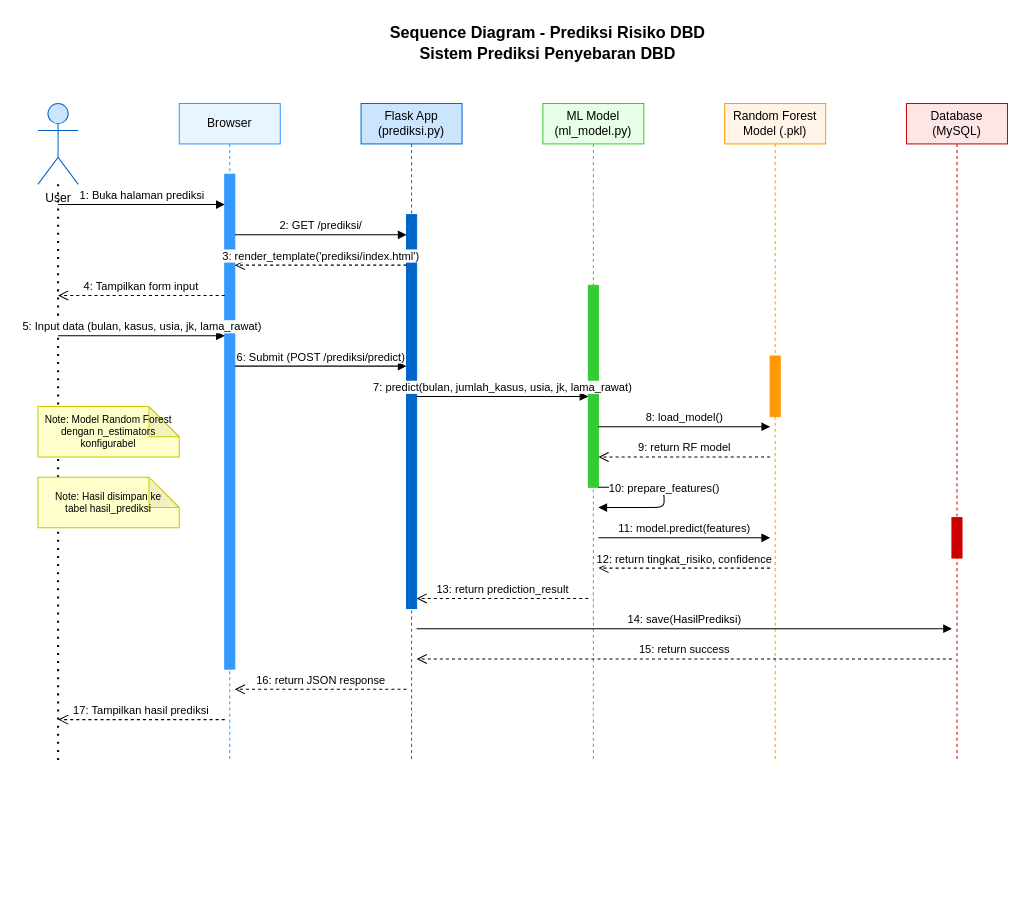
Above: Dokumen/UML/sequence_diagram_prediksi.drawio in Suwardi87/prediksi-DBD (draw.io), before the change. Source tidied: cells renumbered, new cells numbered last; positions are measured from the earlier drawing's top-left corner, leaving out a move shared by most shapes. Both pictures are drawn from the tidied source at 101%, with x=0, y=0 at pixel (37, 22).
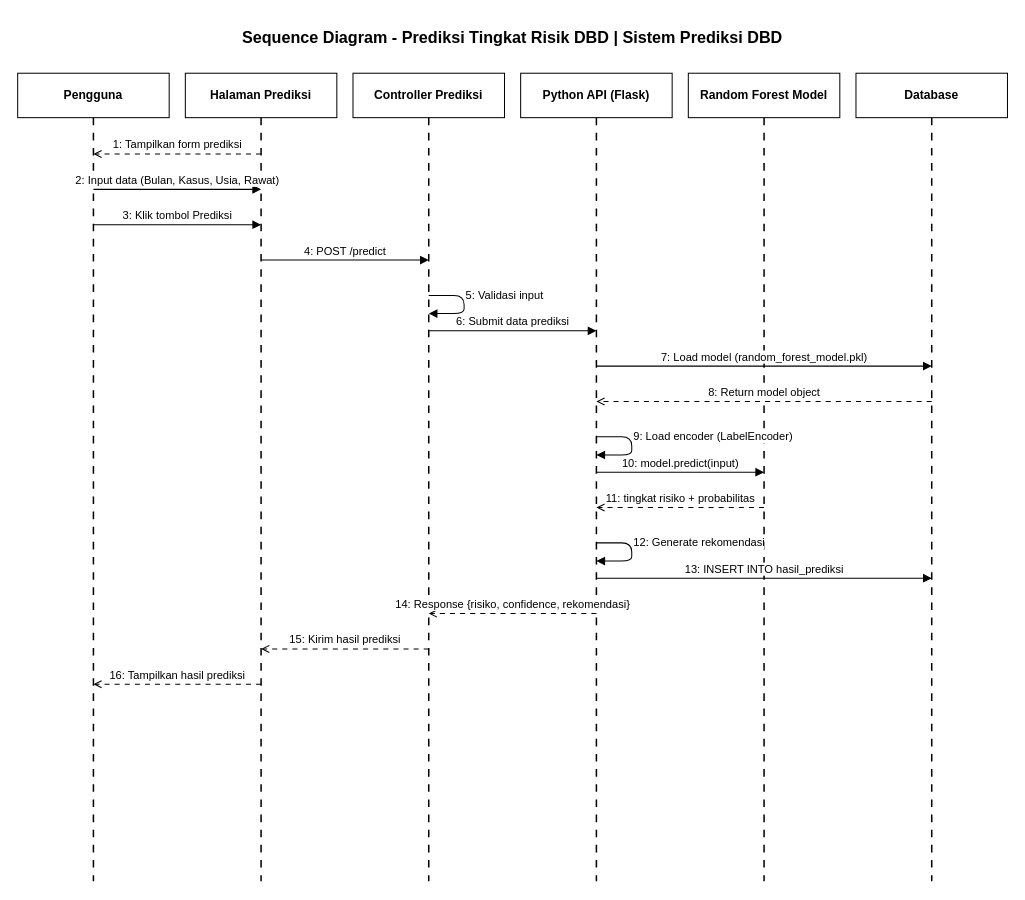
Above is the later version.

Diff of the diagram source:
```diff
@@
-    <mxCell id="2" value="Sequence Diagram - Prediksi Risiko DBD&#10;Sistem Prediksi Penyebaran DBD" style="text;html=1;strokeColor=none;fillColor=none;align=center;verticalAlign=middle;whiteSpace=wrap;rounded=0;fontSize=16;fontStyle=1;" parent="1" vertex="1">
-      <mxGeometry x="255" width="500" height="40" as="geometry" />
-    </mxCell>
-    <mxCell id="3" value="User" style="shape=umlActor;verticalLabelPosition=bottom;verticalAlign=top;html=1;fillColor=#CCE5FF;strokeColor=#0066CC;" parent="1" vertex="1">
-      <mxGeometry y="80" width="40" height="80" as="geometry" />
-    </mxCell>
-    <mxCell id="4" style="endArrow=none;dashed=1;html=1;dashPattern=1 3;strokeWidth=2;exitX=0.5;exitY=1;exitDx=0;exitDy=0;" parent="1" edge="1" source="3">
-      <mxGeometry relative="1" as="geometry">
-        <mxPoint x="20" y="730" as="targetPoint" />
-      </mxGeometry>
-    </mxCell>
-    <mxCell id="5" value="Browser" style="shape=umlLifeline;perimeter=lifelinePerimeter;whiteSpace=wrap;html=1;fillColor=#E6F5FF;strokeColor=#3399FF;" parent="1" vertex="1">
-      <mxGeometry x="140" y="80" width="100" height="650" as="geometry" />
-    </mxCell>
-    <mxCell id="6" style="html=1;perimeter=orthogonalPerimeter;fillColor=#3399FF;strokeColor=#3399FF;" parent="5" vertex="1">
-      <mxGeometry x="45" y="70" width="10" height="490" as="geometry" />
-    </mxCell>
-    <mxCell id="7" value="Flask App&#10;(prediksi.py)" style="shape=umlLifeline;perimeter=lifelinePerimeter;whiteSpace=wrap;html=1;fillColor=#CCE5FF;strokeColor=#0066CC;" parent="1" vertex="1">
-      <mxGeometry x="320" y="80" width="100" height="650" as="geometry" />
-    </mxCell>
-    <mxCell id="8" style="html=1;perimeter=orthogonalPerimeter;fillColor=#0066CC;strokeColor=#0066CC;" parent="7" vertex="1">
-      <mxGeometry x="45" y="110" width="10" height="390" as="geometry" />
-    </mxCell>
-    <mxCell id="9" value="ML Model&#10;(ml_model.py)" style="shape=umlLifeline;perimeter=lifelinePerimeter;whiteSpace=wrap;html=1;fillColor=#E6FFE6;strokeColor=#33CC33;" parent="1" vertex="1">
-      <mxGeometry x="500" y="80" width="100" height="650" as="geometry" />
-    </mxCell>
-    <mxCell id="10" style="html=1;perimeter=orthogonalPerimeter;fillColor=#33CC33;strokeColor=#33CC33;" parent="9" vertex="1">
-      <mxGeometry x="45" y="180" width="10" height="200" as="geometry" />
-    </mxCell>
-    <mxCell id="11" value="Random Forest&#10;Model (.pkl)" style="shape=umlLifeline;perimeter=lifelinePerimeter;whiteSpace=wrap;html=1;fillColor=#FFF4E6;strokeColor=#FF9900;" parent="1" vertex="1">
-      <mxGeometry x="680" y="80" width="100" height="650" as="geometry" />
-    </mxCell>
-    <mxCell id="12" style="html=1;perimeter=orthogonalPerimeter;fillColor=#FF9900;strokeColor=#FF9900;" parent="11" vertex="1">
-      <mxGeometry x="45" y="250" width="10" height="60" as="geometry" />
-    </mxCell>
-    <mxCell id="13" value="Database&#10;(MySQL)" style="shape=umlLifeline;perimeter=lifelinePerimeter;whiteSpace=wrap;html=1;fillColor=#FFE6E6;strokeColor=#CC0000;" parent="1" vertex="1">
-      <mxGeometry x="860" y="80" width="100" height="650" as="geometry" />
-    </mxCell>
-    <mxCell id="14" style="html=1;perimeter=orthogonalPerimeter;fillColor=#CC0000;strokeColor=#CC0000;" parent="13" vertex="1">
-      <mxGeometry x="45" y="410" width="10" height="40" as="geometry" />
-    </mxCell>
+    <mxCell id="34" value="Sequence Diagram - Prediksi Tingkat Risik DBD | Sistem Prediksi DBD" style="text;html=1;strokeColor=none;fillColor=none;align=center;verticalAlign=middle;whiteSpace=wrap;fontColor=#000000;fontSize=16;fontStyle=1;" parent="1" vertex="1">
+      <mxGeometry x="120" y="-5" width="700" height="40" as="geometry" />
+    </mxCell>
+    <mxCell id="35" value="Pengguna" style="rounded=0;whiteSpace=wrap;html=1;fillColor=#FFFFFF;strokeColor=#000000;fontColor=#000000;fontSize=12;fontStyle=1;" parent="1" vertex="1">
+      <mxGeometry x="-20" y="50" width="150" height="44" as="geometry" />
+    </mxCell>
+    <mxCell id="36" style="endArrow=none;dashed=1;html=1;dashPattern=5 5;strokeColor=#000000;strokeWidth=1.5;" parent="1" edge="1">
+      <mxGeometry relative="1" as="geometry">
+        <mxPoint x="55" y="94" as="sourcePoint" />
+        <mxPoint x="55" y="850" as="targetPoint" />
+      </mxGeometry>
+    </mxCell>
+    <mxCell id="37" value="Halaman Prediksi" style="rounded=0;whiteSpace=wrap;html=1;fillColor=#FFFFFF;strokeColor=#000000;fontColor=#000000;fontSize=12;fontStyle=1;" parent="1" vertex="1">
+      <mxGeometry x="146" y="50" width="150" height="44" as="geometry" />
+    </mxCell>
+    <mxCell id="38" style="endArrow=none;dashed=1;html=1;dashPattern=5 5;strokeColor=#000000;strokeWidth=1.5;" parent="1" edge="1">
+      <mxGeometry relative="1" as="geometry">
+        <mxPoint x="221" y="94" as="sourcePoint" />
+        <mxPoint x="221" y="850" as="targetPoint" />
+      </mxGeometry>
+    </mxCell>
+    <mxCell id="39" value="Controller Prediksi" style="rounded=0;whiteSpace=wrap;html=1;fillColor=#FFFFFF;strokeColor=#000000;fontColor=#000000;fontSize=12;fontStyle=1;" parent="1" vertex="1">
+      <mxGeometry x="312" y="50" width="150" height="44" as="geometry" />
+    </mxCell>
+    <mxCell id="40" style="endArrow=none;dashed=1;html=1;dashPattern=5 5;strokeColor=#000000;strokeWidth=1.5;" parent="1" edge="1">
+      <mxGeometry relative="1" as="geometry">
+        <mxPoint x="387" y="94" as="sourcePoint" />
+        <mxPoint x="387" y="850" as="targetPoint" />
+      </mxGeometry>
+    </mxCell>
+    <mxCell id="41" value="Python API (Flask)" style="rounded=0;whiteSpace=wrap;html=1;fillColor=#FFFFFF;strokeColor=#000000;fontColor=#000000;fontSize=12;fontStyle=1;" parent="1" vertex="1">
+      <mxGeometry x="478" y="50" width="150" height="44" as="geometry" />
+    </mxCell>
+    <mxCell id="42" style="endArrow=none;dashed=1;html=1;dashPattern=5 5;strokeColor=#000000;strokeWidth=1.5;" parent="1" edge="1">
+      <mxGeometry relative="1" as="geometry">
+        <mxPoint x="553" y="94" as="sourcePoint" />
+        <mxPoint x="553" y="850" as="targetPoint" />
+      </mxGeometry>
+    </mxCell>
+    <mxCell id="43" value="Random Forest Model" style="rounded=0;whiteSpace=wrap;html=1;fillColor=#FFFFFF;strokeColor=#000000;fontColor=#000000;fontSize=12;fontStyle=1;" parent="1" vertex="1">
+      <mxGeometry x="644" y="50" width="150" height="44" as="geometry" />
+    </mxCell>
+    <mxCell id="44" style="endArrow=none;dashed=1;html=1;dashPattern=5 5;strokeColor=#000000;strokeWidth=1.5;" parent="1" edge="1">
+      <mxGeometry relative="1" as="geometry">
+        <mxPoint x="719" y="94" as="sourcePoint" />
+        <mxPoint x="719" y="850" as="targetPoint" />
+      </mxGeometry>
+    </mxCell>
+    <mxCell id="45" value="Database" style="rounded=0;whiteSpace=wrap;html=1;fillColor=#FFFFFF;strokeColor=#000000;fontColor=#000000;fontSize=12;fontStyle=1;" parent="1" vertex="1">
+      <mxGeometry x="810" y="50" width="150" height="44" as="geometry" />
+    </mxCell>
+    <mxCell id="46" style="endArrow=none;dashed=1;html=1;dashPattern=5 5;strokeColor=#000000;strokeWidth=1.5;" parent="1" edge="1">
+      <mxGeometry relative="1" as="geometry">
+        <mxPoint x="885" y="94" as="sourcePoint" />
+        <mxPoint x="885" y="850" as="targetPoint" />
+      </mxGeometry>
+    </mxCell>
+    <mxCell id="47" value="1: Tampilkan form prediksi" style="html=1;align=center;verticalAlign=bottom;endArrow=open;dashed=1;dashPattern=5 5;strokeColor=#000000;fontColor=#000000;endFill=0;fontSize=11;" parent="1" edge="1">
+      <mxGeometry relative="1" as="geometry">
+        <mxPoint x="221" y="130" as="sourcePoint" />
+        <mxPoint x="55" y="130" as="targetPoint" />
+      </mxGeometry>
+    </mxCell>
-    <mxCell id="15" value="1: Buka halaman prediksi" style="html=1;verticalAlign=bottom;endArrow=block;" parent="1" edge="1">
+    <mxCell id="15" value="2: Input data (Bulan, Kasus, Usia, Rawat)" style="html=1;align=center;verticalAlign=bottom;endArrow=block;strokeColor=#000000;fontColor=#000000;endFill=1;fontSize=11;" parent="1" edge="1">
       <mxGeometry relative="1" as="geometry">
-        <mxPoint x="20" y="180" as="sourcePoint" />
-        <mxPoint x="185" y="180" as="targetPoint" />
+        <mxPoint x="55" y="165" as="sourcePoint" />
+        <mxPoint x="221" y="165" as="targetPoint" />
       </mxGeometry>
     </mxCell>
-    <mxCell id="16" value="2: GET /prediksi/" style="html=1;verticalAlign=bottom;endArrow=block;" parent="1" edge="1">
+    <mxCell id="16" value="3: Klik tombol Prediksi" style="html=1;align=center;verticalAlign=bottom;endArrow=block;strokeColor=#000000;fontColor=#000000;endFill=1;fontSize=11;" parent="1" edge="1">
       <mxGeometry relative="1" as="geometry">
-        <mxPoint x="195" y="210" as="sourcePoint" />
-        <mxPoint x="365" y="210" as="targetPoint" />
+        <mxPoint x="55" y="200" as="sourcePoint" />
+        <mxPoint x="221" y="200" as="targetPoint" />
       </mxGeometry>
     </mxCell>
-    <mxCell id="17" value="3: render_template('prediksi/index.html')" style="html=1;verticalAlign=bottom;endArrow=open;dashed=1;endSize=8;" parent="1" edge="1">
+    <mxCell id="17" value="4: POST /predict" style="html=1;align=center;verticalAlign=bottom;endArrow=block;strokeColor=#000000;fontColor=#000000;endFill=1;fontSize=11;" parent="1" edge="1">
       <mxGeometry relative="1" as="geometry">
-        <mxPoint x="365" y="240" as="sourcePoint" />
-        <mxPoint x="195" y="240" as="targetPoint" />
+        <mxPoint x="221" y="235" as="sourcePoint" />
+        <mxPoint x="387" y="235" as="targetPoint" />
       </mxGeometry>
     </mxCell>
-    <mxCell id="18" value="4: Tampilkan form input" style="html=1;verticalAlign=bottom;endArrow=open;dashed=1;endSize=8;" parent="1" edge="1">
+    <mxCell id="18" value="5: Validasi input" style="html=1;align=left;verticalAlign=bottom;endArrow=block;strokeColor=#000000;fontColor=#000000;endFill=1;fontSize=11;" parent="1" edge="1">
       <mxGeometry relative="1" as="geometry">
-        <mxPoint x="185" y="270" as="sourcePoint" />
-        <mxPoint x="20" y="270" as="targetPoint" />
+        <mxPoint x="387" y="270" as="sourcePoint" />
+        <mxPoint x="387" y="288" as="targetPoint" />
+        <Array as="points">
+          <mxPoint x="422" y="270" />
+          <mxPoint x="422" y="288" />
+        </Array>
       </mxGeometry>
     </mxCell>
-    <mxCell id="19" value="5: Input data (bulan, kasus, usia, jk, lama_rawat)" style="html=1;verticalAlign=bottom;endArrow=block;" parent="1" edge="1">
+    <mxCell id="19" value="6: Submit data prediksi" style="html=1;align=center;verticalAlign=bottom;endArrow=block;strokeColor=#000000;fontColor=#000000;endFill=1;fontSize=11;" parent="1" edge="1">
       <mxGeometry relative="1" as="geometry">
-        <mxPoint x="20" y="310" as="sourcePoint" />
-        <mxPoint x="185" y="310" as="targetPoint" />
+        <mxPoint x="387" y="305" as="sourcePoint" />
+        <mxPoint x="553" y="305" as="targetPoint" />
       </mxGeometry>
     </mxCell>
-    <mxCell id="20" value="6: Submit (POST /prediksi/predict)" style="html=1;verticalAlign=bottom;endArrow=block;" parent="1" edge="1">
+    <mxCell id="20" value="7: Load model (random_forest_model.pkl)" style="html=1;align=center;verticalAlign=bottom;endArrow=block;strokeColor=#000000;fontColor=#000000;endFill=1;fontSize=11;" parent="1" edge="1">
       <mxGeometry relative="1" as="geometry">
-        <mxPoint x="195" y="340" as="sourcePoint" />
-        <mxPoint x="365" y="340" as="targetPoint" />
+        <mxPoint x="553" y="340" as="sourcePoint" />
+        <mxPoint x="885" y="340" as="targetPoint" />
       </mxGeometry>
     </mxCell>
-    <mxCell id="21" value="7: predict(bulan, jumlah_kasus, usia, jk, lama_rawat)" style="html=1;verticalAlign=bottom;endArrow=block;" parent="1" edge="1">
+    <mxCell id="21" value="8: Return model object" style="html=1;align=center;verticalAlign=bottom;endArrow=open;dashed=1;dashPattern=5 5;strokeColor=#000000;fontColor=#000000;endFill=0;fontSize=11;" parent="1" edge="1">
       <mxGeometry relative="1" as="geometry">
-        <mxPoint x="375" y="370" as="sourcePoint" />
-        <mxPoint x="545" y="370" as="targetPoint" />
+        <mxPoint x="885" y="375" as="sourcePoint" />
+        <mxPoint x="553" y="375" as="targetPoint" />
       </mxGeometry>
     </mxCell>
-    <mxCell id="22" value="8: load_model()" style="html=1;verticalAlign=bottom;endArrow=block;" parent="1" edge="1">
+    <mxCell id="22" value="9: Load encoder (LabelEncoder)" style="html=1;align=left;verticalAlign=bottom;endArrow=block;strokeColor=#000000;fontColor=#000000;endFill=1;fontSize=11;" parent="1" edge="1">
       <mxGeometry relative="1" as="geometry">
-        <mxPoint x="555" y="400" as="sourcePoint" />
-        <mxPoint x="725" y="400" as="targetPoint" />
+        <mxPoint x="553" y="410" as="sourcePoint" />
+        <mxPoint x="553" y="428" as="targetPoint" />
+        <Array as="points">
+          <mxPoint x="588" y="410" />
+          <mxPoint x="588" y="428" />
+        </Array>
       </mxGeometry>
     </mxCell>
-    <mxCell id="23" value="9: return RF model" style="html=1;verticalAlign=bottom;endArrow=open;dashed=1;endSize=8;" parent="1" edge="1">
+    <mxCell id="23" value="10: model.predict(input)" style="html=1;align=center;verticalAlign=bottom;endArrow=block;strokeColor=#000000;fontColor=#000000;endFill=1;fontSize=11;" parent="1" edge="1">
       <mxGeometry relative="1" as="geometry">
-        <mxPoint x="725" y="430" as="sourcePoint" />
-        <mxPoint x="555" y="430" as="targetPoint" />
+        <mxPoint x="553" y="445" as="sourcePoint" />
+        <mxPoint x="719" y="445" as="targetPoint" />
       </mxGeometry>
     </mxCell>
-    <mxCell id="24" value="10: prepare_features()" style="html=1;verticalAlign=bottom;endArrow=block;" parent="1" edge="1">
+    <mxCell id="24" value="11: tingkat risiko + probabilitas" style="html=1;align=center;verticalAlign=bottom;endArrow=open;dashed=1;dashPattern=5 5;strokeColor=#000000;fontColor=#000000;endFill=0;fontSize=11;" parent="1" edge="1">
       <mxGeometry relative="1" as="geometry">
-        <mxPoint x="555" y="460" as="sourcePoint" />
-        <mxPoint x="555" y="480" as="targetPoint" />
-        <Array as="points">
-          <mxPoint x="620" y="460" />
-          <mxPoint x="620" y="480" />
-        </Array>
+        <mxPoint x="719" y="480" as="sourcePoint" />
+        <mxPoint x="553" y="480" as="targetPoint" />
       </mxGeometry>
     </mxCell>
-    <mxCell id="25" value="11: model.predict(features)" style="html=1;verticalAlign=bottom;endArrow=block;" parent="1" edge="1">
+    <mxCell id="25" value="12: Generate rekomendasi" style="html=1;align=left;verticalAlign=bottom;endArrow=block;strokeColor=#000000;fontColor=#000000;endFill=1;fontSize=11;" parent="1" edge="1">
       <mxGeometry relative="1" as="geometry">
-        <mxPoint x="555" y="510" as="sourcePoint" />
-        <mxPoint x="725" y="510" as="targetPoint" />
+        <mxPoint x="553" y="515" as="sourcePoint" />
+        <mxPoint x="553" y="533" as="targetPoint" />
+        <Array as="points">
+          <mxPoint x="588" y="515" />
+          <mxPoint x="588" y="533" />
+        </Array>
       </mxGeometry>
     </mxCell>
-    <mxCell id="26" value="12: return tingkat_risiko, confidence" style="html=1;verticalAlign=bottom;endArrow=open;dashed=1;endSize=8;" parent="1" edge="1">
+    <mxCell id="26" value="13: INSERT INTO hasil_prediksi" style="html=1;align=center;verticalAlign=bottom;endArrow=block;strokeColor=#000000;fontColor=#000000;endFill=1;fontSize=11;" parent="1" edge="1">
       <mxGeometry relative="1" as="geometry">
-        <mxPoint x="725" y="540" as="sourcePoint" />
-        <mxPoint x="555" y="540" as="targetPoint" />
+        <mxPoint x="553" y="550" as="sourcePoint" />
+        <mxPoint x="885" y="550" as="targetPoint" />
       </mxGeometry>
     </mxCell>
-    <mxCell id="27" value="13: return prediction_result" style="html=1;verticalAlign=bottom;endArrow=open;dashed=1;endSize=8;" parent="1" edge="1">
+    <mxCell id="27" value="14: Response {risiko, confidence, rekomendasi}" style="html=1;align=center;verticalAlign=bottom;endArrow=open;dashed=1;dashPattern=5 5;strokeColor=#000000;fontColor=#000000;endFill=0;fontSize=11;" parent="1" edge="1">
       <mxGeometry relative="1" as="geometry">
-        <mxPoint x="545" y="570" as="sourcePoint" />
-        <mxPoint x="375" y="570" as="targetPoint" />
+        <mxPoint x="553" y="585" as="sourcePoint" />
+        <mxPoint x="387" y="585" as="targetPoint" />
       </mxGeometry>
     </mxCell>
-    <mxCell id="28" value="14: save(HasilPrediksi)" style="html=1;verticalAlign=bottom;endArrow=block;" parent="1" edge="1">
+    <mxCell id="28" value="15: Kirim hasil prediksi" style="html=1;align=center;verticalAlign=bottom;endArrow=open;dashed=1;dashPattern=5 5;strokeColor=#000000;fontColor=#000000;endFill=0;fontSize=11;" parent="1" edge="1">
       <mxGeometry relative="1" as="geometry">
-        <mxPoint x="375" y="600" as="sourcePoint" />
-        <mxPoint x="905" y="600" as="targetPoint" />
+        <mxPoint x="387" y="620" as="sourcePoint" />
+        <mxPoint x="221" y="620" as="targetPoint" />
       </mxGeometry>
     </mxCell>
-    <mxCell id="29" value="15: return success" style="html=1;verticalAlign=bottom;endArrow=open;dashed=1;endSize=8;" parent="1" edge="1">
+    <mxCell id="29" value="16: Tampilkan hasil prediksi" style="html=1;align=center;verticalAlign=bottom;endArrow=open;dashed=1;dashPattern=5 5;strokeColor=#000000;fontColor=#000000;endFill=0;fontSize=11;" parent="1" edge="1">
       <mxGeometry relative="1" as="geometry">
-        <mxPoint x="905" y="630" as="sourcePoint" />
-        <mxPoint x="375" y="630" as="targetPoint" />
+        <mxPoint x="221" y="655" as="sourcePoint" />
+        <mxPoint x="55" y="655" as="targetPoint" />
       </mxGeometry>
     </mxCell>
-    <mxCell id="30" value="16: return JSON response" style="html=1;verticalAlign=bottom;endArrow=open;dashed=1;endSize=8;" parent="1" edge="1">
-      <mxGeometry relative="1" as="geometry">
-        <mxPoint x="365" y="660" as="sourcePoint" />
-        <mxPoint x="195" y="660" as="targetPoint" />
-      </mxGeometry>
-    </mxCell>
-    <mxCell id="31" value="17: Tampilkan hasil prediksi" style="html=1;verticalAlign=bottom;endArrow=open;dashed=1;endSize=8;" parent="1" edge="1">
-      <mxGeometry relative="1" as="geometry">
-        <mxPoint x="185" y="690" as="sourcePoint" />
-        <mxPoint x="20" y="690" as="targetPoint" />
-      </mxGeometry>
-    </mxCell>
-    <mxCell id="32" value="Note: Model Random Forest&#10;dengan n_estimators konfigurabel" style="shape=note;whiteSpace=wrap;html=1;backgroundOutline=1;darkOpacity=0.05;fillColor=#FFFFCC;strokeColor=#CCCC00;fontSize=10;" parent="1" vertex="1">
-      <mxGeometry y="380" width="140" height="50" as="geometry" />
-    </mxCell>
-    <mxCell id="33" value="Note: Hasil disimpan ke&#10;tabel hasil_prediksi" style="shape=note;whiteSpace=wrap;html=1;backgroundOutline=1;darkOpacity=0.05;fillColor=#FFFFCC;strokeColor=#CCCC00;fontSize=10;" parent="1" vertex="1">
-      <mxGeometry y="450" width="140" height="50" as="geometry" />
-    </mxCell>
```
